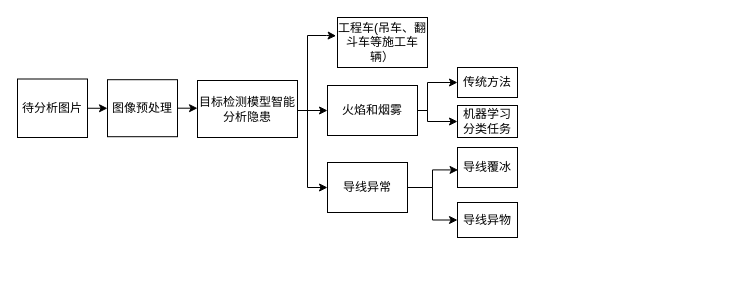
The draw.io diagram transmission.drawio in paleblackless/diagrams, before the edit. Source tidied: cells renumbered, new cells numbered last; positions are measured from the earlier drawing's top-left corner, leaving out a move shared by most shapes. Both pictures are drawn from the tidied source at 100%, with x=0, y=0 at pixel (17, 17).
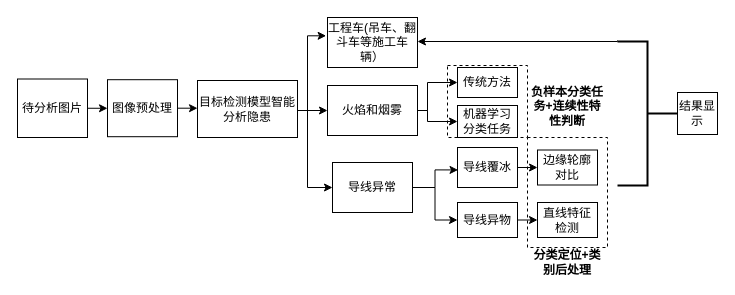
The same diagram, later.

Unchanged cells that the change refers to:
```xml
<mxCell id="17" value="导线覆冰" style="rounded=0;whiteSpace=wrap;html=1;" parent="1" vertex="1">
  <mxGeometry x="440" y="130" width="60" height="40" as="geometry" />
</mxCell>
<mxCell id="18" value="导线异物" style="rounded=0;whiteSpace=wrap;html=1;" parent="1" vertex="1">
  <mxGeometry x="440" y="185" width="60" height="35" as="geometry" />
</mxCell>
```

Change to the diagram source:
```diff
@@
     <mxCell id="10" value="工程车(吊车、翻斗车等施工车辆）" style="rounded=0;whiteSpace=wrap;html=1;" parent="1" vertex="1">
-      <mxGeometry x="320" width="90" height="50" as="geometry" />
+      <mxGeometry x="310" width="90" height="50" as="geometry" />
     </mxCell>
@@
     <mxCell id="16" value="导线异常" style="rounded=0;whiteSpace=wrap;html=1;" parent="1" vertex="1">
-      <mxGeometry x="310" y="145" width="80" height="50" as="geometry" />
+      <mxGeometry x="315" y="145" width="80" height="50" as="geometry" />
     </mxCell>
+    <mxCell id="21" style="edgeStyle=orthogonalEdgeStyle;rounded=0;jettySize=auto;html=1;exitX=1;exitY=0.5;exitDx=0;exitDy=0;entryX=0;entryY=0.5;entryDx=0;entryDy=0;" parent="1" edge="1" source="17" target="24">
+      <mxGeometry relative="1" as="geometry" />
+    </mxCell>
@@
+    <mxCell id="22" style="edgeStyle=orthogonalEdgeStyle;rounded=0;jettySize=auto;html=1;exitX=1;exitY=0.5;exitDx=0;exitDy=0;entryX=0;entryY=0.5;entryDx=0;entryDy=0;" parent="1" edge="1" source="18" target="23">
+      <mxGeometry relative="1" as="geometry" />
+    </mxCell>
@@
+    <mxCell id="23" value="直线特征检测" style="rounded=0;whiteSpace=wrap;html=1;" parent="1" vertex="1">
+      <mxGeometry x="520" y="185" width="60" height="35" as="geometry" />
+    </mxCell>
+    <mxCell id="24" value="边缘轮廓对比" style="rounded=0;whiteSpace=wrap;html=1;" parent="1" vertex="1">
+      <mxGeometry x="520" y="132.5" width="60" height="35" as="geometry" />
+    </mxCell>
+    <mxCell id="25" style="rounded=0;whiteSpace=wrap;html=1;dashed=1;fillColor=none;" parent="1" vertex="1">
+      <mxGeometry x="510" y="120" width="80" height="110" as="geometry" />
+    </mxCell>
+    <mxCell id="26" value="&lt;b&gt;分类定位+类别后处理&lt;/b&gt;" style="text;html=1;strokeColor=none;fillColor=none;align=center;verticalAlign=middle;whiteSpace=wrap;rounded=0;dashed=1;" parent="1" vertex="1">
+      <mxGeometry x="510" y="230" width="80" height="30" as="geometry" />
+    </mxCell>
+    <mxCell id="27" style="rounded=0;whiteSpace=wrap;html=1;dashed=1;fillColor=none;" parent="1" vertex="1">
+      <mxGeometry x="430" y="48" width="80" height="72" as="geometry" />
+    </mxCell>
+    <mxCell id="28" value="&lt;b&gt;负样本分类任务+连续性特性判断&lt;/b&gt;" style="text;html=1;strokeColor=none;fillColor=none;align=center;verticalAlign=middle;whiteSpace=wrap;rounded=0;dashed=1;" parent="1" vertex="1">
+      <mxGeometry x="510" y="68" width="80" height="42" as="geometry" />
+    </mxCell>
+    <mxCell id="29" value="结果显示" style="rounded=0;whiteSpace=wrap;html=1;fillColor=none;" parent="1" vertex="1">
+      <mxGeometry x="660" y="75" width="40" height="42" as="geometry" />
+    </mxCell>
+    <mxCell id="30" style="edgeStyle=orthogonalEdgeStyle;rounded=0;orthogonalLoop=1;jettySize=auto;html=1;exitX=1;exitY=1;exitDx=0;exitDy=0;exitPerimeter=0;entryX=1;entryY=0.5;entryDx=0;entryDy=0;" parent="1" edge="1">
+      <mxGeometry relative="1" as="geometry">
+        <mxPoint x="600" y="23" as="sourcePoint" />
+        <mxPoint x="400" y="24" as="targetPoint" />
+        <Array as="points">
+          <mxPoint x="600" y="24" />
+        </Array>
+      </mxGeometry>
+    </mxCell>
+    <mxCell id="31" style="strokeWidth=2;html=1;shape=mxgraph.flowchart.annotation_2;align=left;labelPosition=right;fillColor=none;rotation=-180;" parent="1" vertex="1">
+      <mxGeometry x="600" y="24" width="60" height="144" as="geometry" />
+    </mxCell>
```
